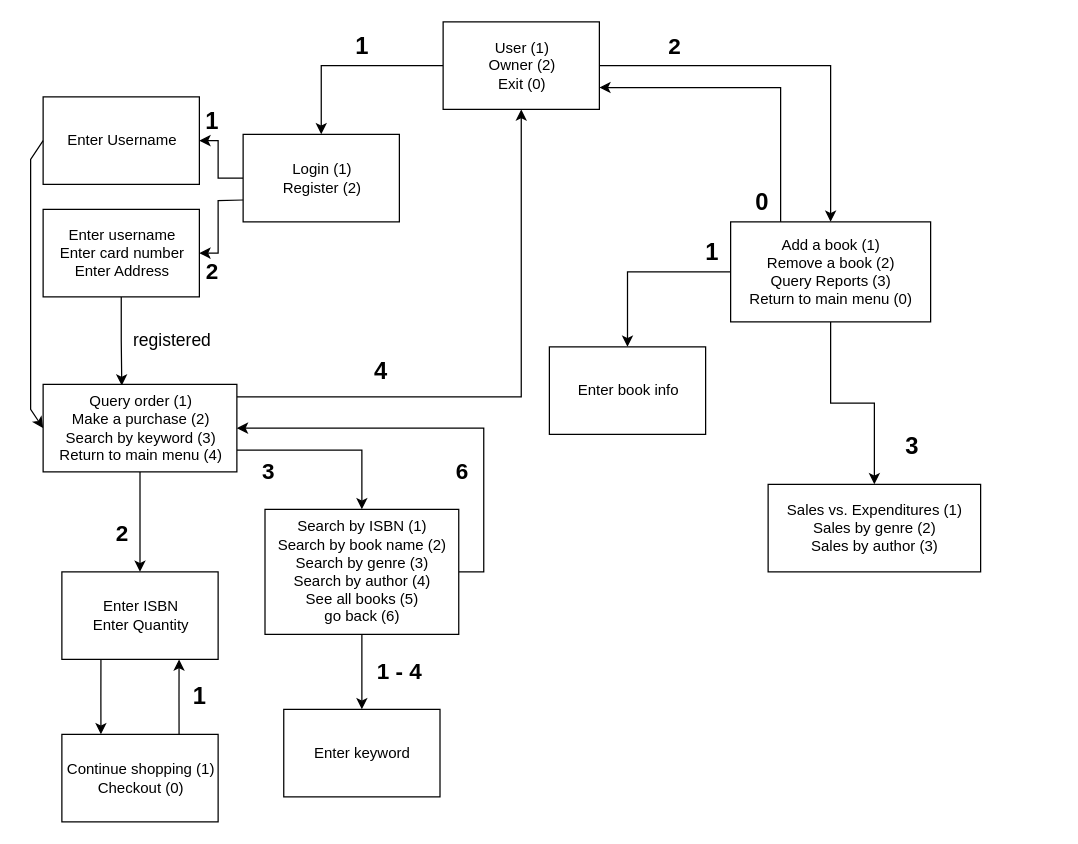
AlexanderLako/3005-Project keeps this draw.io diagram as DatabaseDiagram.drawio. Above is the earlier version. Source tidied: cells renumbered, new cells numbered last; positions are measured from the earlier drawing's top-left corner, leaving out a move shared by most shapes. Both pictures are drawn from the tidied source at 125%, with x=0, y=0 at pixel (30, 21).
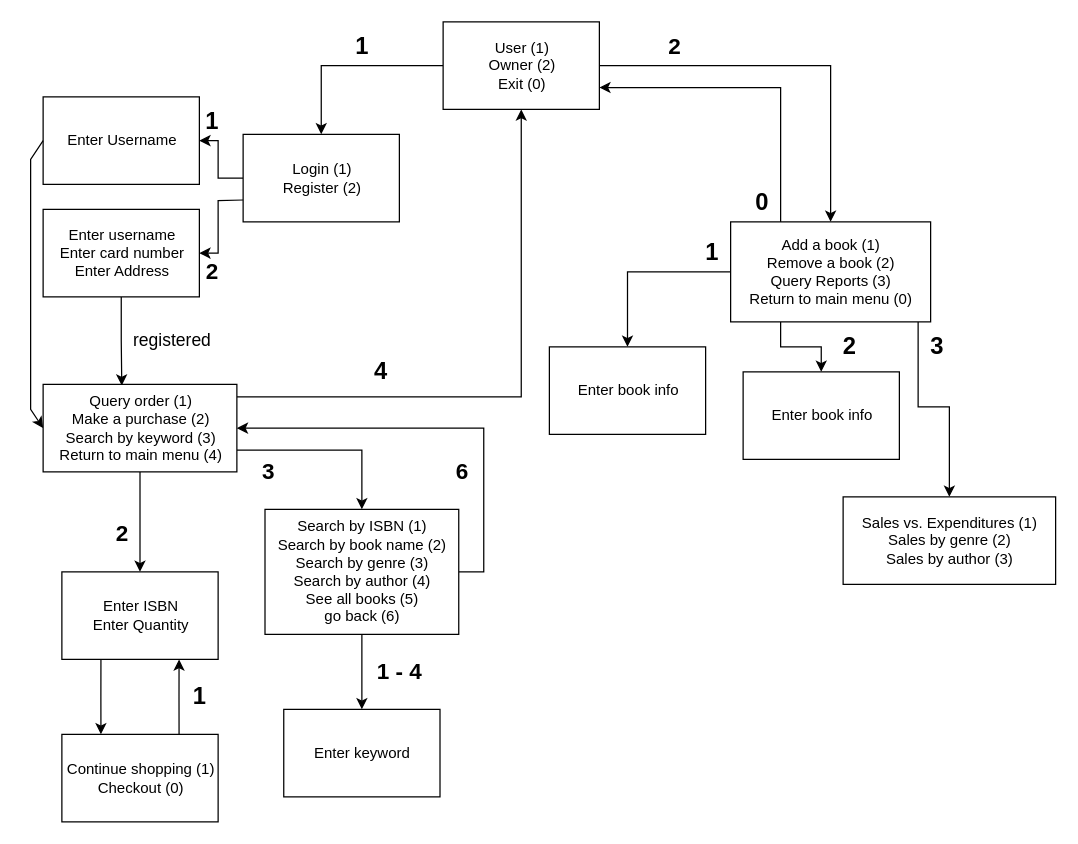
The same page after the edit.

Unchanged cells that the change refers to:
```xml
<mxCell id="11" value="Add a book (1)&lt;br&gt;Remove a book (2)&lt;br&gt;Query Reports (3)&lt;br&gt;Return to main menu (0)" style="html=1;" parent="1" vertex="1">
  <mxGeometry x="560" y="160" width="160" height="80" as="geometry" />
</mxCell>
```

The edit, as a diff of the source:
```diff
@@
     <mxCell id="10" style="edgeStyle=orthogonalEdgeStyle;rounded=0;jettySize=auto;html=1;entryX=0.5;entryY=0;entryDx=0;entryDy=0;fontSize=14;" parent="1" edge="1" source="11" target="42">
-      <mxGeometry relative="1" as="geometry" />
+      <mxGeometry relative="1" as="geometry">
+        <Array as="points">
+          <mxPoint x="710" y="308" />
+          <mxPoint x="735" y="308" />
+        </Array>
+      </mxGeometry>
     </mxCell>
+    <mxCell id="44" style="edgeStyle=orthogonalEdgeStyle;rounded=0;jettySize=auto;html=1;exitX=0.25;exitY=1;exitDx=0;exitDy=0;entryX=0.5;entryY=0;entryDx=0;entryDy=0;fontSize=14;" parent="1" edge="1" source="11" target="45">
+      <mxGeometry relative="1" as="geometry" />
+    </mxCell>
@@
     <mxCell id="42" value="Sales vs. Expenditures (1)&lt;br&gt;Sales by genre (2)&lt;br&gt;Sales by author (3)" style="html=1;" parent="1" vertex="1">
-      <mxGeometry x="590" y="370" width="170" height="70" as="geometry" />
+      <mxGeometry x="650" y="380" width="170" height="70" as="geometry" />
     </mxCell>
     <mxCell id="43" value="&lt;span style=&quot;font-size: 19px;&quot;&gt;&lt;b&gt;3&lt;/b&gt;&lt;/span&gt;" style="text;html=1;align=center;verticalAlign=middle;strokeColor=none;fillColor=none;" parent="1" vertex="1">
-      <mxGeometry x="690" y="320" width="30" height="40" as="geometry" />
+      <mxGeometry x="710" y="240" width="30" height="40" as="geometry" />
     </mxCell>
+    <mxCell id="45" value="Enter book info" style="html=1;" parent="1" vertex="1">
+      <mxGeometry x="570" y="280" width="125" height="70" as="geometry" />
+    </mxCell>
+    <mxCell id="46" value="&lt;b&gt;&lt;font style=&quot;font-size: 19px;&quot;&gt;2&lt;/font&gt;&lt;/b&gt;" style="text;html=1;align=center;verticalAlign=middle;strokeColor=none;fillColor=none;" parent="1" vertex="1">
+      <mxGeometry x="640" y="240" width="30" height="40" as="geometry" />
+    </mxCell>
```
